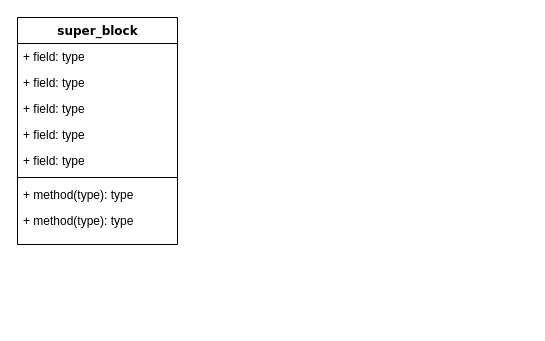
Earlier version of the draw.io diagram 未命名绘图.drawio (Saytoanyone/-). Source tidied: cells renumbered, new cells numbered last; positions are measured from the earlier drawing's top-left corner, leaving out a move shared by most shapes. Both pictures are drawn from the tidied source at 100%, with x=0, y=0 at pixel (17, 17).
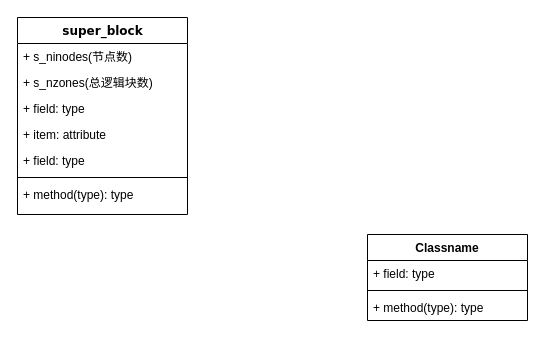
Above is the later version.

Commit message:
更新未命名绘图.drawio

The edit, as a diff of the source:
```diff
@@
 <mxGraphModel>
   <root>
     <mxCell id="0" />
     <mxCell id="1" parent="0" />
     <mxCell id="2" value="super_block" style="swimlane;html=1;fontStyle=1;align=center;verticalAlign=top;horizontal=1;startSize=26;swimlaneFillColor=#ffffff;rounded=0;shadow=0;comic=0;labelBackgroundColor=none;strokeWidth=1;fillColor=none;fontFamily=Verdana;fontSize=12;" parent="1" vertex="1">
-      <mxGeometry width="160" height="227" as="geometry" />
+      <mxGeometry width="170" height="197" as="geometry" />
     </mxCell>
-    <mxCell id="3" value="+ field: type" style="text;html=1;strokeColor=none;fillColor=none;align=left;verticalAlign=top;spacingLeft=4;spacingRight=4;whiteSpace=wrap;overflow=hidden;" parent="2" vertex="1">
-      <mxGeometry y="26" width="160" height="26" as="geometry" />
+    <mxCell id="3" value="+ s_ninodes(节点数)" style="text;html=1;strokeColor=none;fillColor=none;align=left;verticalAlign=top;spacingLeft=4;spacingRight=4;whiteSpace=wrap;overflow=hidden;" parent="2" vertex="1">
+      <mxGeometry y="26" width="170" height="26" as="geometry" />
     </mxCell>
-    <mxCell id="4" value="+ field: type" style="text;html=1;strokeColor=none;fillColor=none;align=left;verticalAlign=top;spacingLeft=4;spacingRight=4;whiteSpace=wrap;overflow=hidden;" parent="2" vertex="1">
-      <mxGeometry y="52" width="160" height="26" as="geometry" />
+    <mxCell id="4" value="+ s_nzones(总逻辑块数)" style="text;html=1;strokeColor=none;fillColor=none;align=left;verticalAlign=top;spacingLeft=4;spacingRight=4;whiteSpace=wrap;overflow=hidden;" parent="2" vertex="1">
+      <mxGeometry y="52" width="170" height="26" as="geometry" />
     </mxCell>
     <mxCell id="5" value="+ field: type" style="text;html=1;strokeColor=none;fillColor=none;align=left;verticalAlign=top;spacingLeft=4;spacingRight=4;whiteSpace=wrap;overflow=hidden;" parent="2" vertex="1">
-      <mxGeometry y="78" width="160" height="26" as="geometry" />
+      <mxGeometry y="78" width="170" height="26" as="geometry" />
     </mxCell>
-    <mxCell id="6" value="+ field: type" style="text;html=1;strokeColor=none;fillColor=none;align=left;verticalAlign=top;spacingLeft=4;spacingRight=4;whiteSpace=wrap;overflow=hidden;" parent="2" vertex="1">
-      <mxGeometry y="104" width="160" height="26" as="geometry" />
-    </mxCell>
+    <mxCell id="11" value="+ item: attribute" style="text;strokeColor=none;fillColor=none;align=left;verticalAlign=top;spacingLeft=4;spacingRight=4;overflow=hidden;" parent="2" vertex="1">
+      <mxGeometry y="104" width="170" height="26" as="geometry" />
+    </mxCell>
     <mxCell id="7" value="+ field: type" style="text;html=1;strokeColor=none;fillColor=none;align=left;verticalAlign=top;spacingLeft=4;spacingRight=4;whiteSpace=wrap;overflow=hidden;" parent="2" vertex="1">
-      <mxGeometry y="130" width="160" height="26" as="geometry" />
+      <mxGeometry y="130" width="170" height="26" as="geometry" />
     </mxCell>
     <mxCell id="8" style="line;html=1;strokeWidth=1;fillColor=none;align=left;verticalAlign=middle;spacingTop=-1;spacingLeft=3;spacingRight=3;labelPosition=right;" parent="2" vertex="1">
-      <mxGeometry y="156" width="160" height="8" as="geometry" />
+      <mxGeometry y="156" width="170" height="8" as="geometry" />
     </mxCell>
     <mxCell id="9" value="+ method(type): type" style="text;html=1;strokeColor=none;fillColor=none;align=left;verticalAlign=top;spacingLeft=4;spacingRight=4;whiteSpace=wrap;overflow=hidden;" parent="2" vertex="1">
-      <mxGeometry y="164" width="160" height="26" as="geometry" />
+      <mxGeometry y="164" width="170" height="26" as="geometry" />
     </mxCell>
+    <mxCell id="12" value="Classname" style="swimlane;fontStyle=1;align=center;verticalAlign=top;horizontal=1;startSize=26;" parent="1" vertex="1">
+      <mxGeometry x="350" y="217" width="160" height="86" as="geometry" />
+    </mxCell>
+    <mxCell id="6" value="+ field: type" style="text;strokeColor=none;fillColor=none;align=left;verticalAlign=top;spacingLeft=4;spacingRight=4;overflow=hidden;" parent="12" vertex="1">
+      <mxGeometry y="26" width="160" height="26" as="geometry" />
+    </mxCell>
+    <mxCell id="13" style="line;strokeWidth=1;fillColor=none;align=left;verticalAlign=middle;spacingTop=-1;spacingLeft=3;spacingRight=3;labelPosition=right;strokeColor=inherit;" parent="12" vertex="1">
+      <mxGeometry y="52" width="160" height="8" as="geometry" />
+    </mxCell>
-    <mxCell id="10" value="+ method(type): type" style="text;html=1;strokeColor=none;fillColor=none;align=left;verticalAlign=top;spacingLeft=4;spacingRight=4;whiteSpace=wrap;overflow=hidden;" parent="2" vertex="1">
-      <mxGeometry y="190" width="160" height="26" as="geometry" />
+    <mxCell id="10" value="+ method(type): type" style="text;strokeColor=none;fillColor=none;align=left;verticalAlign=top;spacingLeft=4;spacingRight=4;overflow=hidden;" parent="12" vertex="1">
+      <mxGeometry y="60" width="160" height="26" as="geometry" />
     </mxCell>
   </root>
 </mxGraphModel>
```
